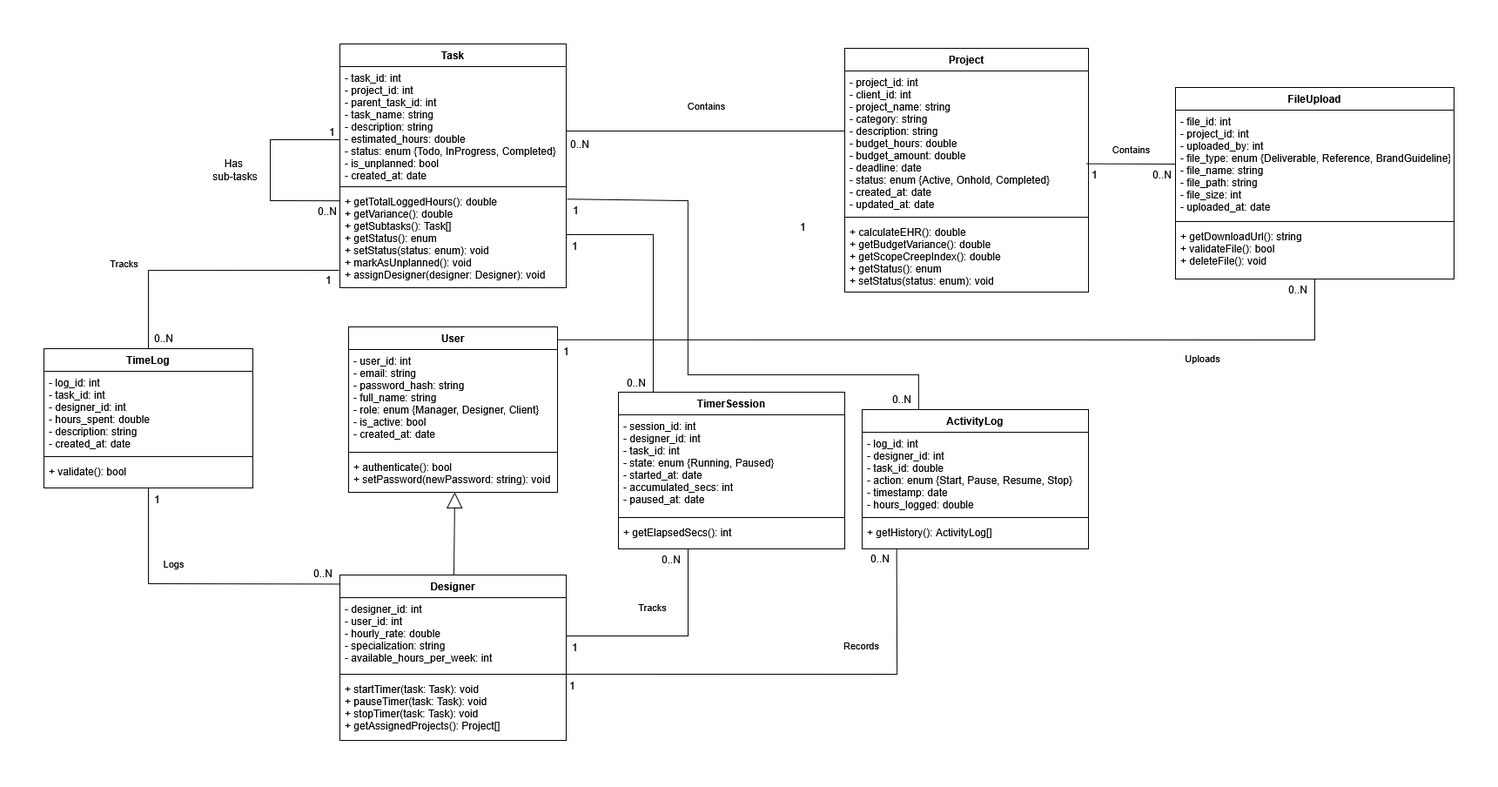
mahdi000666/DesignFlow keeps this draw.io diagram as docs/diagrams/ClassSP3.drawio.png. Above is the earlier version. Source tidied: cells renumbered, new cells last; positions are measured from the earlier drawing's top-left corner, leaving out a move shared by most shapes.
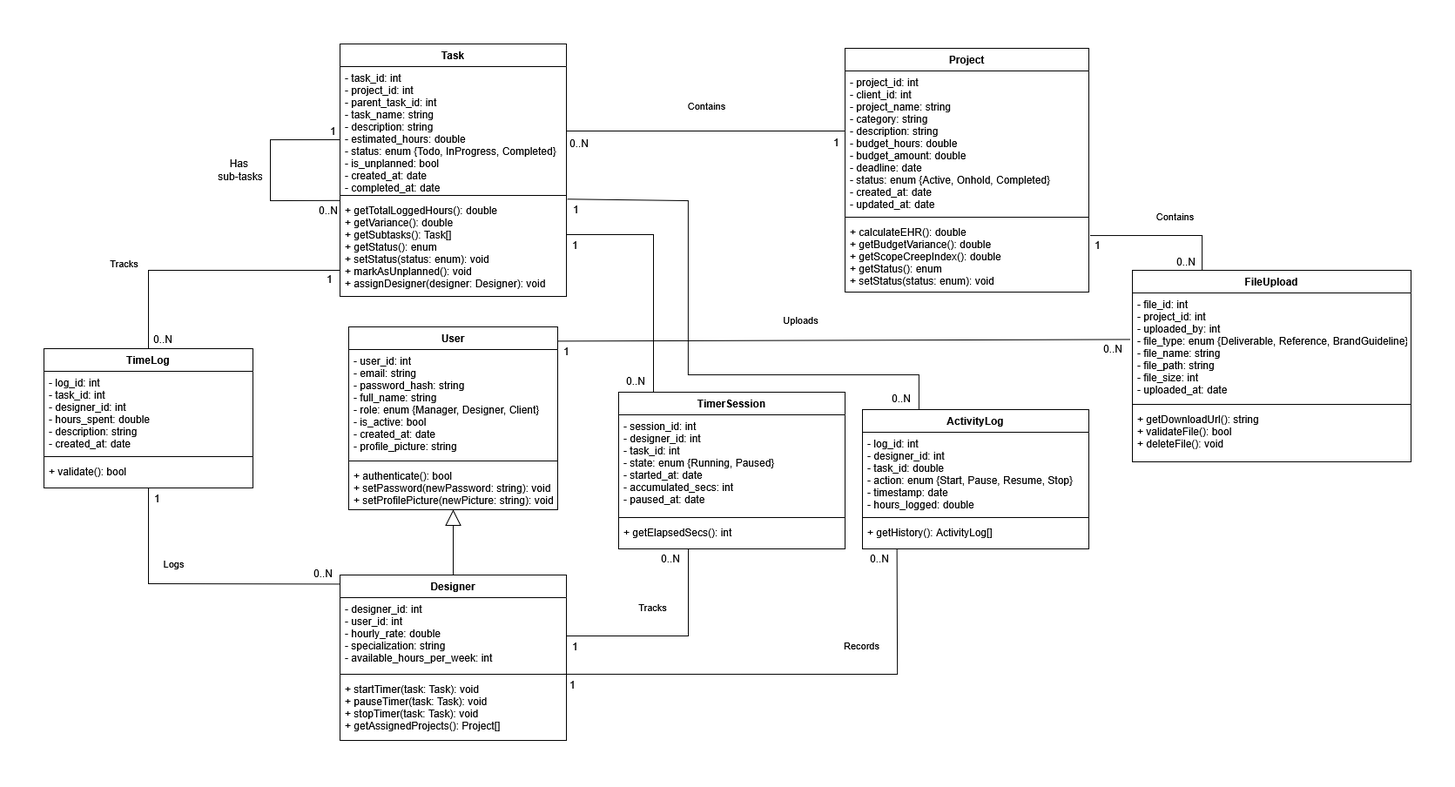
After the change.

Change to the diagram source:
```diff
@@ -3,16 +3,16 @@
     <mxCell id="0" />
     <mxCell id="1" parent="0" />
     <mxCell id="2" value="User" style="swimlane;fontStyle=1;align=center;verticalAlign=top;horizontal=1;startSize=26;swimlaneFillColor=default;" parent="1" vertex="1">
-      <mxGeometry x="350" y="325" width="240" height="190" as="geometry" />
+      <mxGeometry x="350" y="325" width="240" height="210" as="geometry" />
     </mxCell>
-    <mxCell id="3" value="- user_id: int&#10;- email: string&#10;- password_hash: string&#10;- full_name: string&#10;- role: enum {Manager, Designer, Client}&#10;- is_active: bool&#10;- created_at: date" style="text;strokeColor=none;fillColor=none;align=left;verticalAlign=top;spacingLeft=4;spacingRight=4;overflow=hidden;" parent="2" vertex="1">
-      <mxGeometry y="26" width="240" height="114" as="geometry" />
+    <mxCell id="3" value="- user_id: int&#10;- email: string&#10;- password_hash: string&#10;- full_name: string&#10;- role: enum {Manager, Designer, Client}&#10;- is_active: bool&#10;- created_at: date&#10;- profile_picture: string" style="text;strokeColor=none;fillColor=none;align=left;verticalAlign=top;spacingLeft=4;spacingRight=4;overflow=hidden;" parent="2" vertex="1">
+      <mxGeometry y="26" width="240" height="124" as="geometry" />
     </mxCell>
     <mxCell id="4" style="line;strokeWidth=1;fillColor=none;align=left;verticalAlign=middle;spacingTop=-1;spacingLeft=3;spacingRight=3;labelPosition=right;" parent="2" vertex="1">
-      <mxGeometry y="140" width="240" height="8" as="geometry" />
+      <mxGeometry y="150" width="240" height="8" as="geometry" />
     </mxCell>
-    <mxCell id="5" value="+ authenticate(): bool&#10;+ setPassword(newPassword: string): void" style="text;strokeColor=none;fillColor=none;align=left;verticalAlign=top;spacingLeft=4;spacingRight=4;overflow=hidden;points=[[0,0.5],[1,0.5]];portConstraint=eastwest;" parent="2" vertex="1">
-      <mxGeometry y="148" width="240" height="42" as="geometry" />
+    <mxCell id="5" value="+ authenticate(): bool&#10;+ setPassword(newPassword: string): void&#10;+ setProfilePicture(newPicture: string): void" style="text;strokeColor=none;fillColor=none;align=left;verticalAlign=top;spacingLeft=4;spacingRight=4;overflow=hidden;points=[[0,0.5],[1,0.5]];portConstraint=eastwest;" parent="2" vertex="1">
+      <mxGeometry y="158" width="240" height="52" as="geometry" />
     </mxCell>
     <mxCell id="6" value="Designer" style="swimlane;fontStyle=1;align=center;verticalAlign=top;horizontal=1;startSize=26;swimlaneFillColor=default;" parent="1" vertex="1">
       <mxGeometry x="340" y="610" width="260" height="190" as="geometry" />
@@ -39,18 +39,18 @@
       <mxGeometry y="198" width="280" height="82" as="geometry" />
     </mxCell>
     <mxCell id="14" value="Task" style="swimlane;fontStyle=1;align=center;verticalAlign=top;horizontal=1;startSize=26;swimlaneFillColor=default;" parent="1" vertex="1">
-      <mxGeometry x="340" width="260" height="280" as="geometry" />
+      <mxGeometry x="340" width="260" height="290" as="geometry" />
     </mxCell>
-    <mxCell id="15" value="- task_id: int&#10;- project_id: int&#10;- parent_task_id: int&#10;- task_name: string&#10;- description: string&#10;- estimated_hours: double&#10;- status: enum {Todo, InProgress, Completed}&#10;- is_unplanned: bool&#10;- created_at: date" style="text;strokeColor=none;fillColor=none;align=left;verticalAlign=top;spacingLeft=4;spacingRight=4;overflow=hidden;points=[[0,0.5],[1,0.5]];portConstraint=eastwest;" parent="14" vertex="1">
-      <mxGeometry y="26" width="260" height="134" as="geometry" />
+    <mxCell id="15" value="- task_id: int&#10;- project_id: int&#10;- parent_task_id: int&#10;- task_name: string&#10;- description: string&#10;- estimated_hours: double&#10;- status: enum {Todo, InProgress, Completed}&#10;- is_unplanned: bool&#10;- created_at: date&#10;- completed_at: date" style="text;strokeColor=none;fillColor=none;align=left;verticalAlign=top;spacingLeft=4;spacingRight=4;overflow=hidden;points=[[0,0.5],[1,0.5]];portConstraint=eastwest;" parent="14" vertex="1">
+      <mxGeometry y="26" width="260" height="144" as="geometry" />
     </mxCell>
     <mxCell id="16" style="line;strokeWidth=1;fillColor=none;align=left;verticalAlign=middle;spacingTop=-1;spacingLeft=3;spacingRight=3;labelPosition=right;" parent="14" vertex="1">
-      <mxGeometry y="160" width="260" height="8" as="geometry" />
+      <mxGeometry y="170" width="260" height="8" as="geometry" />
     </mxCell>
     <mxCell id="17" value="+ getTotalLoggedHours(): double&#10;+ getVariance(): double&#10;+ getSubtasks(): Task[]&#10;+ getStatus(): enum&#10;+ setStatus(status: enum): void&#10;+ markAsUnplanned(): void&#10;+ assignDesigner(designer: Designer): void" style="text;strokeColor=none;fillColor=none;align=left;verticalAlign=top;spacingLeft=4;spacingRight=4;overflow=hidden;points=[[0,0.5],[1,0.5]];portConstraint=eastwest;" parent="14" vertex="1">
-      <mxGeometry y="168" width="260" height="112" as="geometry" />
+      <mxGeometry y="178" width="260" height="112" as="geometry" />
     </mxCell>
-    <mxCell id="18" style="endArrow=none;html=1;rounded=0;entryX=0;entryY=0.627;entryDx=0;entryDy=0;entryPerimeter=0;exitX=0.001;exitY=0.109;exitDx=0;exitDy=0;exitPerimeter=0;" parent="14" edge="1" source="17" target="15">
+    <mxCell id="18" style="endArrow=none;html=1;rounded=0;entryX=0;entryY=0.583;entryDx=0;entryDy=0;entryPerimeter=0;exitX=0;exitY=0.016;exitDx=0;exitDy=0;exitPerimeter=0;" parent="14" edge="1" source="17" target="15">
       <mxGeometry relative="1" as="geometry">
         <Array as="points">
           <mxPoint x="-80" y="180" />
@@ -60,25 +60,24 @@
     </mxCell>
     <mxCell id="19" value="1" style="html=1;whiteSpace=wrap;align=left;verticalAlign=bottom;" parent="18" vertex="1">
       <mxGeometry x="-1" relative="1" as="geometry">
-        <mxPoint x="-14" y="-71" as="offset" />
+        <mxPoint x="-13" y="-71" as="offset" />
       </mxGeometry>
     </mxCell>
     <mxCell id="20" value="0..N" style="html=1;whiteSpace=wrap;align=right;verticalAlign=bottom;" parent="18" vertex="1">
       <mxGeometry x="1" relative="1" as="geometry">
-        <mxPoint x="-3" y="90" as="offset" />
+        <mxPoint x="-2" y="90" as="offset" />
       </mxGeometry>
     </mxCell>
-    <mxCell id="21" style="endArrow=block;endSize=16;endFill=0;html=1;rounded=0;entryX=0.425;entryY=0.881;entryDx=0;entryDy=0;entryPerimeter=0;labelBorderColor=#CC99FF;fontColor=default;labelBackgroundColor=default;strokeColor=default;" parent="1" edge="1" source="6">
+    <mxCell id="21" style="endArrow=block;endSize=16;endFill=0;html=1;rounded=0;labelBorderColor=#CC99FF;fontColor=default;labelBackgroundColor=default;strokeColor=default;" parent="1" edge="1" source="6" target="5">
       <mxGeometry x="-1" y="136" relative="1" as="geometry">
-        <mxPoint x="472" y="515" as="targetPoint" />
         <mxPoint x="-110" y="56" as="offset" />
       </mxGeometry>
     </mxCell>
     <mxCell id="22" value="&lt;div&gt;Has&amp;nbsp;&lt;/div&gt;&lt;div&gt;sub-tasks&lt;/div&gt;" style="text;html=1;whiteSpace=wrap;strokeColor=none;fillColor=none;align=center;verticalAlign=middle;rounded=0;" parent="1" vertex="1">
-      <mxGeometry x="190" y="130" width="60" height="30" as="geometry" />
+      <mxGeometry x="196" y="130" width="60" height="30" as="geometry" />
     </mxCell>
     <mxCell id="23" value="FileUpload" style="swimlane;fontStyle=1;align=center;verticalAlign=top;horizontal=1;startSize=26;swimlaneFillColor=default;" parent="1" vertex="1">
-      <mxGeometry x="1300" y="50" width="320" height="220" as="geometry" />
+      <mxGeometry x="1250" y="260" width="320" height="220" as="geometry" />
     </mxCell>
     <mxCell id="24" value="- file_id: int&#10;- project_id: int&#10;- uploaded_by: int&#10;- file_type: enum {Deliverable, Reference, BrandGuideline}&#10;- file_name: string&#10;- file_path: string&#10;- file_size: int&#10;- uploaded_at: date" style="text;strokeColor=none;fillColor=none;align=left;verticalAlign=top;spacingLeft=4;spacingRight=4;overflow=hidden;points=[[0,0.5],[1,0.5]];portConstraint=eastwest;" parent="23" vertex="1">
       <mxGeometry y="26" width="320" height="124" as="geometry" />
@@ -89,17 +88,21 @@
     <mxCell id="26" value="+ getDownloadUrl(): string&#10;+ validateFile(): bool&#10;+ deleteFile(): void" style="text;strokeColor=none;fillColor=none;align=left;verticalAlign=top;spacingLeft=4;spacingRight=4;overflow=hidden;points=[[0,0.5],[1,0.5]];portConstraint=eastwest;" parent="23" vertex="1">
       <mxGeometry y="158" width="320" height="62" as="geometry" />
     </mxCell>
-    <mxCell id="27" style="endArrow=none;html=1;rounded=0;exitX=0.993;exitY=0.65;exitDx=0;exitDy=0;exitPerimeter=0;entryX=0;entryY=0.5;entryDx=0;entryDy=0;" parent="1" edge="1" source="11" target="24">
-      <mxGeometry relative="1" as="geometry" />
+    <mxCell id="27" style="endArrow=none;html=1;rounded=0;exitX=1.006;exitY=0.208;exitDx=0;exitDy=0;exitPerimeter=0;entryX=0.25;entryY=0;entryDx=0;entryDy=0;" parent="1" edge="1" source="13" target="23">
+      <mxGeometry relative="1" as="geometry">
+        <Array as="points">
+          <mxPoint x="1330" y="220" />
+        </Array>
+      </mxGeometry>
     </mxCell>
     <mxCell id="28" value="1" style="html=1;whiteSpace=wrap;align=left;verticalAlign=bottom;" parent="27" vertex="1">
       <mxGeometry x="-1" relative="1" as="geometry">
-        <mxPoint x="4" y="20" as="offset" />
+        <mxPoint x="3" y="20" as="offset" />
       </mxGeometry>
     </mxCell>
     <mxCell id="29" value="0..N" style="html=1;whiteSpace=wrap;align=right;verticalAlign=bottom;" parent="27" vertex="1">
       <mxGeometry x="1" relative="1" as="geometry">
-        <mxPoint x="-4" y="20" as="offset" />
+        <mxPoint x="-6" y="-1" as="offset" />
       </mxGeometry>
     </mxCell>
     <mxCell id="30" style="endArrow=none;html=1;rounded=0;entryX=0;entryY=0.5;entryDx=0;entryDy=0;" parent="1" edge="1" target="11">
@@ -116,11 +119,6 @@
         <mxPoint x="18" y="6" as="offset" />
       </mxGeometry>
     </mxCell>
-    <mxCell id="32" value="1" style="html=1;whiteSpace=wrap;align=left;verticalAlign=bottom;" parent="1" vertex="1">
-      <mxGeometry x="874" y="213" as="geometry">
-        <mxPoint x="-7" y="5" as="offset" />
-      </mxGeometry>
-    </mxCell>
     <mxCell id="33" value="0..N" style="html=1;whiteSpace=wrap;align=right;verticalAlign=bottom;" parent="1" vertex="1">
       <mxGeometry x="627" y="123" as="geometry" />
     </mxCell>
@@ -136,7 +134,7 @@
     <mxCell id="37" value="+ validate(): bool" style="text;strokeColor=none;fillColor=none;align=left;verticalAlign=top;spacingLeft=4;spacingRight=4;overflow=hidden;points=[[0,0.5],[1,0.5]];portConstraint=eastwest;" parent="34" vertex="1">
       <mxGeometry y="128" width="240" height="32" as="geometry" />
     </mxCell>
-    <mxCell id="38" style="endArrow=none;html=1;rounded=0;entryX=0.5;entryY=0;entryDx=0;entryDy=0;exitX=-0.004;exitY=0.821;exitDx=0;exitDy=0;exitPerimeter=0;" parent="1" edge="1" source="17" target="34">
+    <mxCell id="38" style="endArrow=none;html=1;rounded=0;entryX=0.5;entryY=0;entryDx=0;entryDy=0;exitX=0;exitY=0.732;exitDx=0;exitDy=0;exitPerimeter=0;" parent="1" edge="1" source="17" target="34">
       <mxGeometry relative="1" as="geometry">
         <Array as="points">
           <mxPoint x="120" y="260" />
@@ -181,16 +179,12 @@
       </mxGeometry>
     </mxCell>
     <mxCell id="46" value="Contains" style="edgeLabel;html=1;align=center;verticalAlign=middle;" parent="1" vertex="1">
-      <mxGeometry x="700" y="213" as="geometry">
+      <mxGeometry x="750" y="290" as="geometry">
         <mxPoint x="548" y="-93" as="offset" />
       </mxGeometry>
     </mxCell>
-    <mxCell id="47" style="endArrow=none;html=1;rounded=0;exitX=0.999;exitY=0.078;exitDx=0;exitDy=0;exitPerimeter=0;" parent="1" edge="1" source="2" target="26">
-      <mxGeometry relative="1" as="geometry">
-        <Array as="points">
-          <mxPoint x="1460" y="340" />
-        </Array>
-      </mxGeometry>
+    <mxCell id="47" style="endArrow=none;html=1;rounded=0;exitX=0.999;exitY=0.078;exitDx=0;exitDy=0;exitPerimeter=0;entryX=-0.008;entryY=0.431;entryDx=0;entryDy=0;entryPerimeter=0;" parent="1" edge="1" source="2" target="24">
+      <mxGeometry relative="1" as="geometry" />
     </mxCell>
     <mxCell id="48" value="1" style="html=1;whiteSpace=wrap;align=left;verticalAlign=bottom;" parent="47" vertex="1">
       <mxGeometry x="-1" relative="1" as="geometry">
@@ -227,7 +221,7 @@
       <mxGeometry y="128" width="260" height="32" as="geometry" />
     </mxCell>
     <mxCell id="58" value="Uploads" style="edgeLabel;html=1;align=center;verticalAlign=middle;" parent="1" vertex="1">
-      <mxGeometry x="1312" y="354" as="geometry">
+      <mxGeometry x="850" y="310" as="geometry">
         <mxPoint x="18" y="6" as="offset" />
       </mxGeometry>
     </mxCell>
@@ -316,5 +310,10 @@
         <mxPoint x="18" y="6" as="offset" />
       </mxGeometry>
     </mxCell>
+    <mxCell id="32" value="1" style="html=1;whiteSpace=wrap;align=left;verticalAlign=bottom;" parent="1" vertex="1">
+      <mxGeometry x="829" y="117" as="geometry">
+        <mxPoint x="76" y="5" as="offset" />
+      </mxGeometry>
+    </mxCell>
   </root>
 </mxGraphModel>
```
